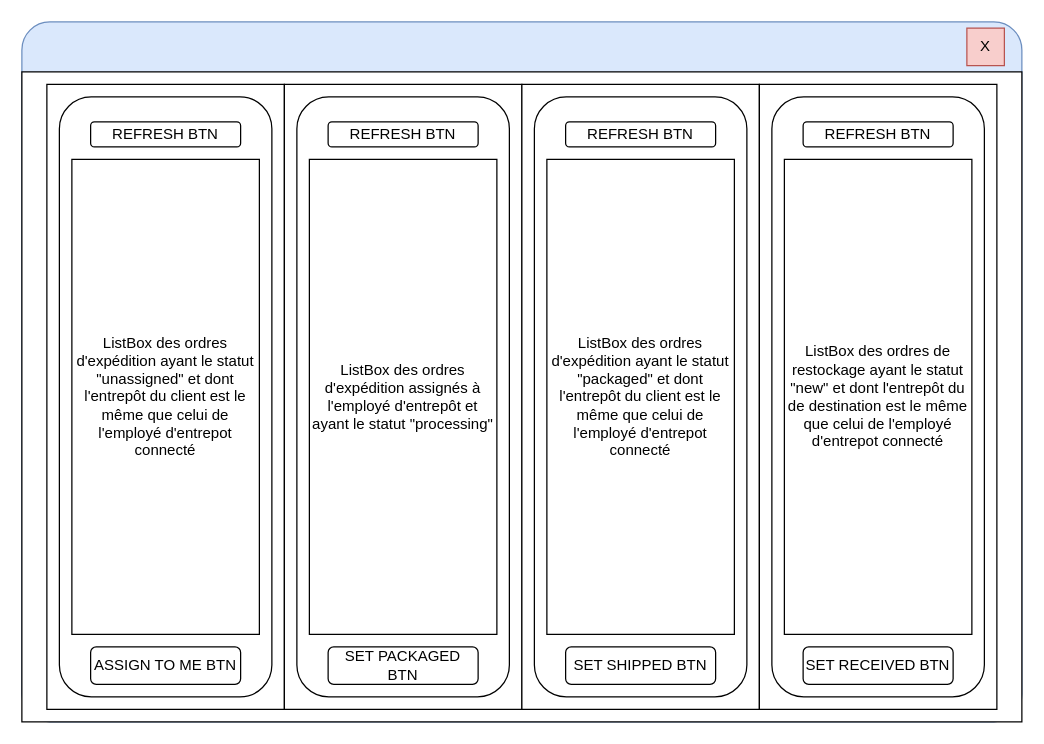
This is 420DA3_A24_Projet/Documents/WHEmployee_MainMenu.drawio from marc0rona/420DA3_A24_Projet_MAPS, a draw.io file, before an edit. Source tidied: cells renumbered, new cells numbered last; positions are measured from the earlier drawing's top-left corner, leaving out a move shared by most shapes. Both pictures are drawn from the tidied source at 125%, with x=0, y=0 at pixel (21, 21).
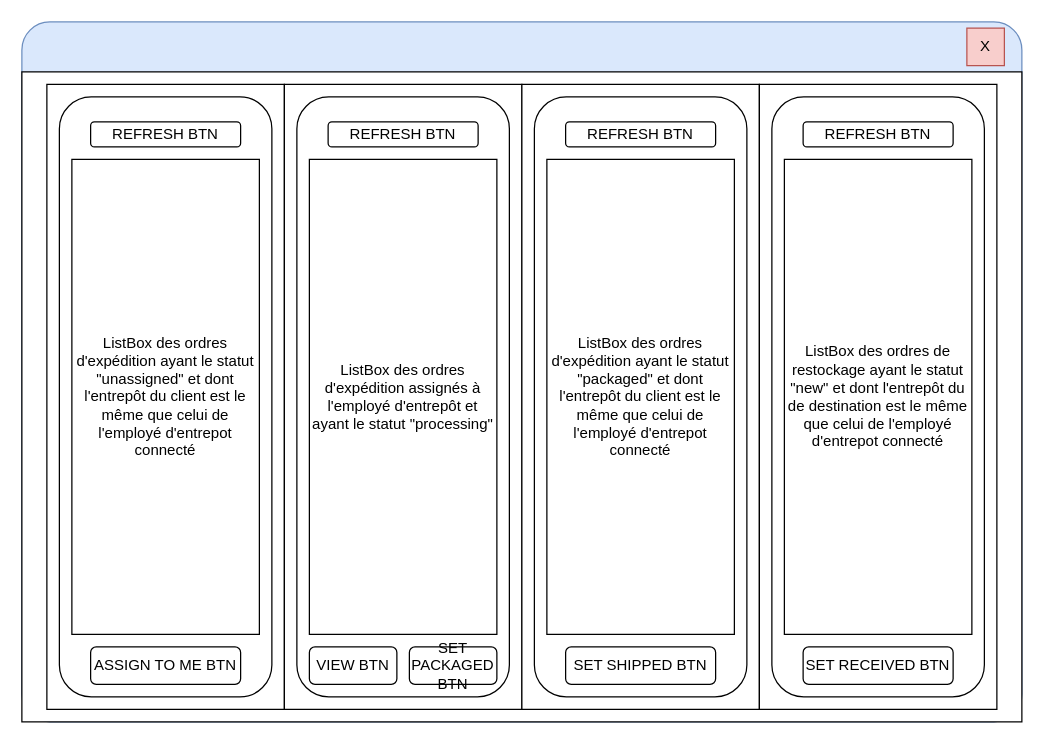
The same diagram, later.

Commit message:
petite modification au diagramme du menu principal employé d'entrepot

Diff of the diagram source:
```diff
@@
-    <mxCell id="16" value="SET PACKAGED BTN" style="rounded=1;whiteSpace=wrap;html=1;" parent="1" vertex="1">
-      <mxGeometry x="245" y="500" width="120" height="30" as="geometry" />
+    <mxCell id="16" value="VIEW BTN" style="rounded=1;whiteSpace=wrap;html=1;" parent="1" vertex="1">
+      <mxGeometry x="230" y="500" width="70" height="30" as="geometry" />
     </mxCell>
@@
+    <mxCell id="25" value="SET PACKAGED BTN" style="rounded=1;whiteSpace=wrap;html=1;" parent="1" vertex="1">
+      <mxGeometry x="310" y="500" width="70" height="30" as="geometry" />
+    </mxCell>
```
